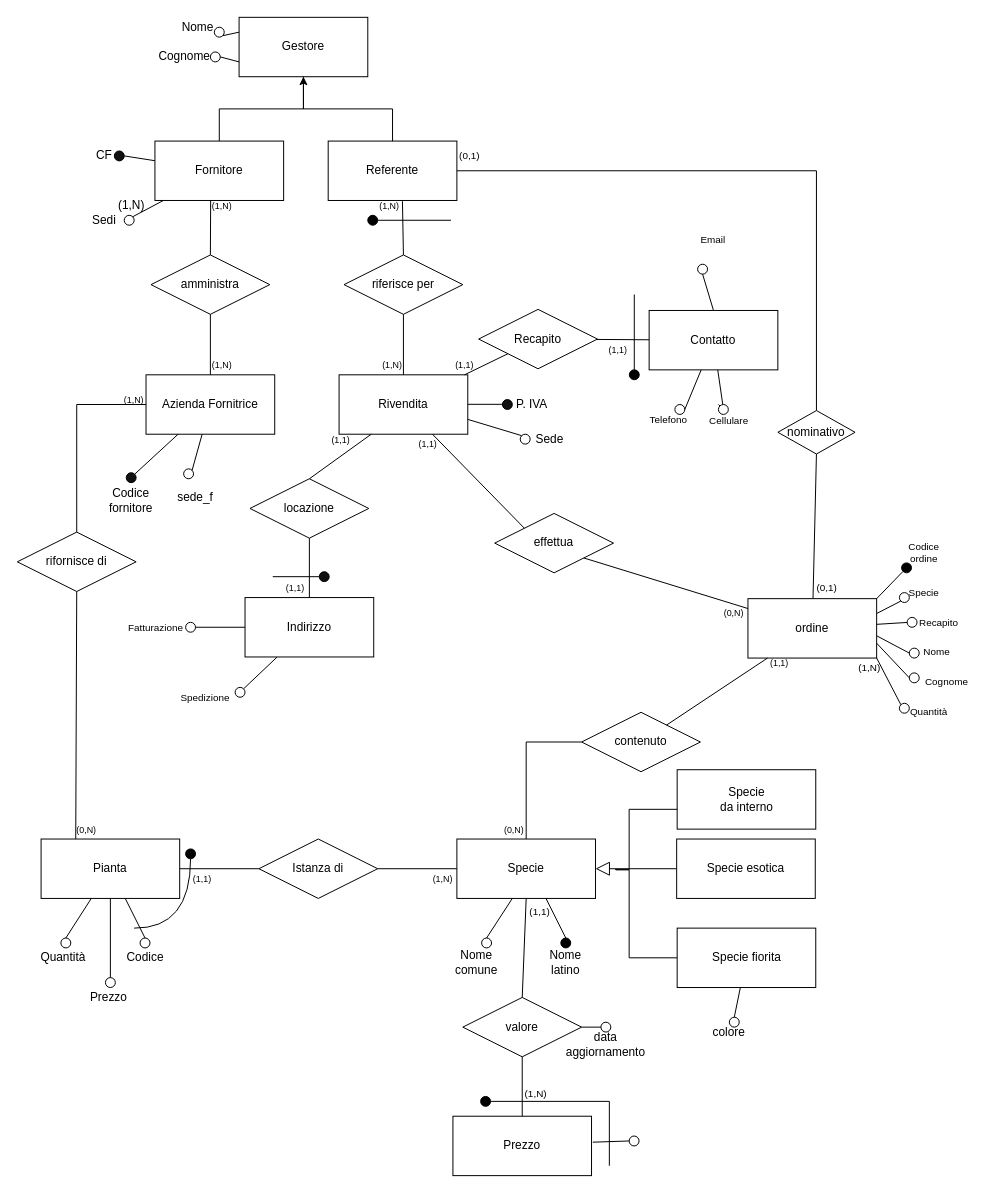
The draw.io diagram ER_schema/PROG_CONCETTUALE/integrazione_Finale.drawio in zeroParanoie/PROGETTO_BD, before the edit. Source tidied: cells renumbered, new cells numbered last; positions are measured from the earlier drawing's top-left corner, leaving out a move shared by most shapes. Both pictures are drawn from the tidied source at 99%, with x=0, y=0 at pixel (17, 17).
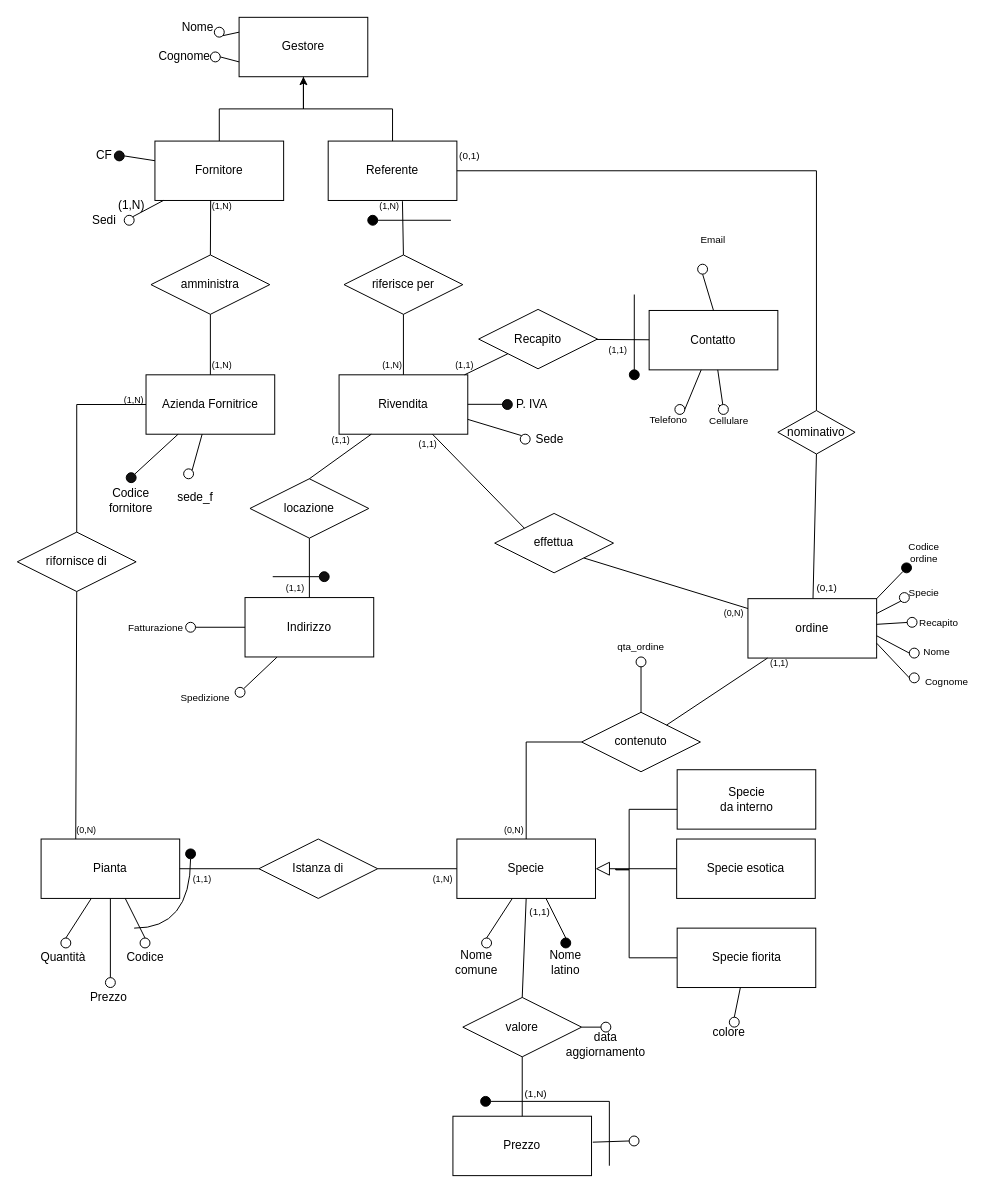
The same diagram, later.

The change refers to these unchanged cells:
```xml
<mxCell id="46" value="ordine" style="whiteSpace=wrap;html=1;align=center;" parent="1" vertex="1">
  <mxGeometry x="738" y="587.2" width="130" height="60" as="geometry" />
</mxCell>
<mxCell id="48" value="contenuto" style="shape=rhombus;perimeter=rhombusPerimeter;whiteSpace=wrap;html=1;align=center;" parent="1" vertex="1">
  <mxGeometry x="570" y="702" width="120" height="60" as="geometry" />
</mxCell>
```

The edit, as a diff of the source:
```diff
@@
-    <mxCell id="92" style="endArrow=none;html=1;rounded=0;exitX=1;exitY=1;exitDx=0;exitDy=0;entryX=0;entryY=0;entryDx=0;entryDy=0;" parent="1" edge="1" source="46" target="93">
-      <mxGeometry relative="1" as="geometry" />
-    </mxCell>
-    <mxCell id="93" style="ellipse;whiteSpace=wrap;html=1;" parent="1" vertex="1">
-      <mxGeometry x="891" y="692.9" width="10" height="10" as="geometry" />
-    </mxCell>
-    <mxCell id="94" value="Quantità" style="text;html=1;strokeColor=none;fillColor=none;align=center;verticalAlign=middle;whiteSpace=wrap;rounded=0;fontSize=10;" parent="1" vertex="1">
-      <mxGeometry x="891" y="686.1" width="60" height="30" as="geometry" />
-    </mxCell>
@@
-    <mxCell id="98" value="(1,N)" style="text;html=1;strokeColor=none;fillColor=none;align=center;verticalAlign=middle;whiteSpace=wrap;rounded=0;fontSize=10;" parent="1" vertex="1">
-      <mxGeometry x="831" y="641.8" width="60" height="30" as="geometry" />
-    </mxCell>
@@
+    <mxCell id="165" style="endArrow=none;html=1;rounded=0;exitX=0.5;exitY=0;exitDx=0;exitDy=0;entryX=0.5;entryY=1;entryDx=0;entryDy=0;" parent="1" edge="1" source="48" target="166">
+      <mxGeometry relative="1" as="geometry" />
+    </mxCell>
+    <mxCell id="166" style="ellipse;whiteSpace=wrap;html=1;" parent="1" vertex="1">
+      <mxGeometry x="625" y="646.1" width="10" height="10" as="geometry" />
+    </mxCell>
+    <mxCell id="167" value="qta_ordine" style="text;html=1;strokeColor=none;fillColor=none;align=center;verticalAlign=middle;whiteSpace=wrap;rounded=0;fontSize=10;" parent="1" vertex="1">
+      <mxGeometry x="599.5" y="621.1" width="60" height="30" as="geometry" />
+    </mxCell>
```
